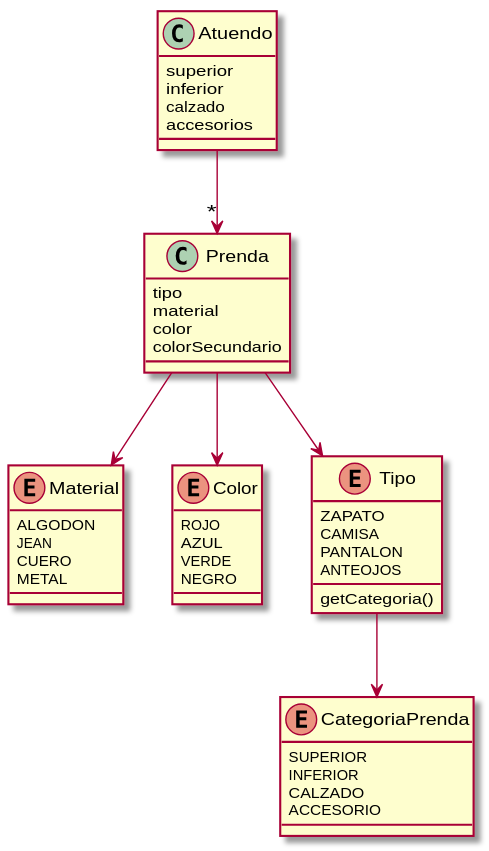
This is Diagrama de clases.svg from jaks97/DdS-Que-Me-Pongo, a PlantUML export, as it was before one commit.
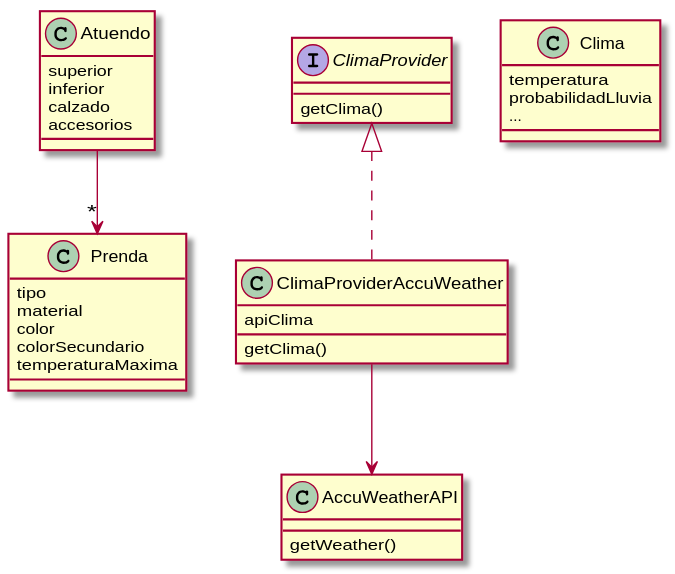
After the commit.

What changed in the source:
```diff
@@ -6,43 +6,34 @@
   accesorios
 }
 
-enum CategoriaPrenda {
-    SUPERIOR
-    INFERIOR
-    CALZADO
-    ACCESORIO
-}
-
 class Prenda {
   tipo
   material
   color
   colorSecundario
+  temperaturaMaxima
 }
 
-enum Material{
-  ALGODON
-  JEAN
-  CUERO
-  METAL
+class AccuWeatherAPI {
+  getWeather()
 }
-enum Color {
-  ROJO
-  AZUL
-  VERDE
-  NEGRO
+
+class Clima {
+  temperatura
+  probabilidadLluvia
+  ...
 }
-enum Tipo {
-  ZAPATO
-  CAMISA
-  PANTALON
-  ANTEOJOS
-  getCategoria()
+
+interface ClimaProvider {
+  getClima()
+}
+
+class ClimaProviderAccuWeather {
+  apiClima
+  getClima()
 }
 
 Atuendo --> "*"Prenda
-Prenda --> Tipo
-Prenda --> Material
-Prenda --> Color
-Tipo --> CategoriaPrenda
+ClimaProvider <|.. ClimaProviderAccuWeather
+ClimaProviderAccuWeather --> AccuWeatherAPI
 @enduml
```
